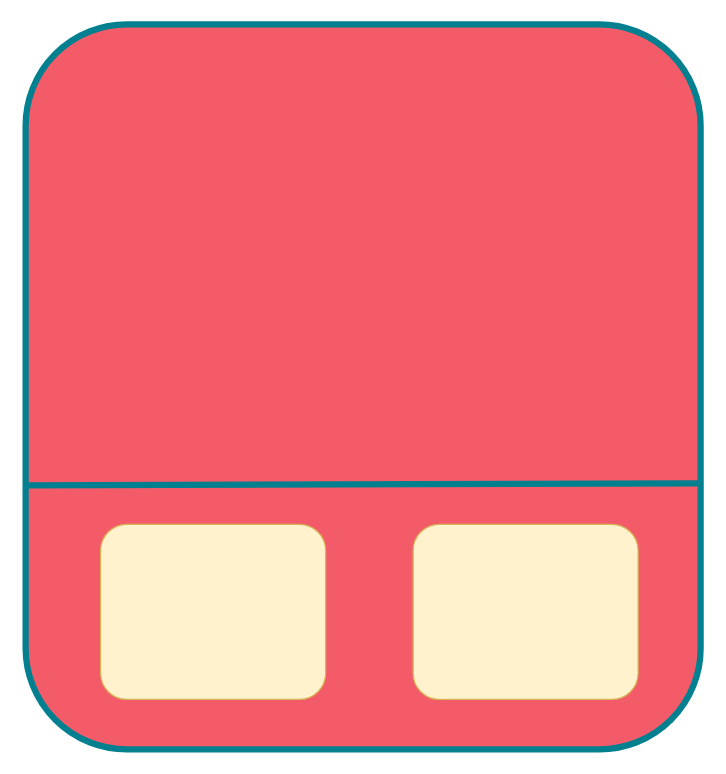
Yongibaoi/100-gdb-tips keeps this draw.io diagram as MOR.drawio. Above is the earlier version. Source tidied: cells renumbered, new cells numbered last; positions are measured from the earlier drawing's top-left corner, leaving out a move shared by most shapes. Both pictures are drawn from the tidied source at 125%, with x=0, y=0 at pixel (25, 24).
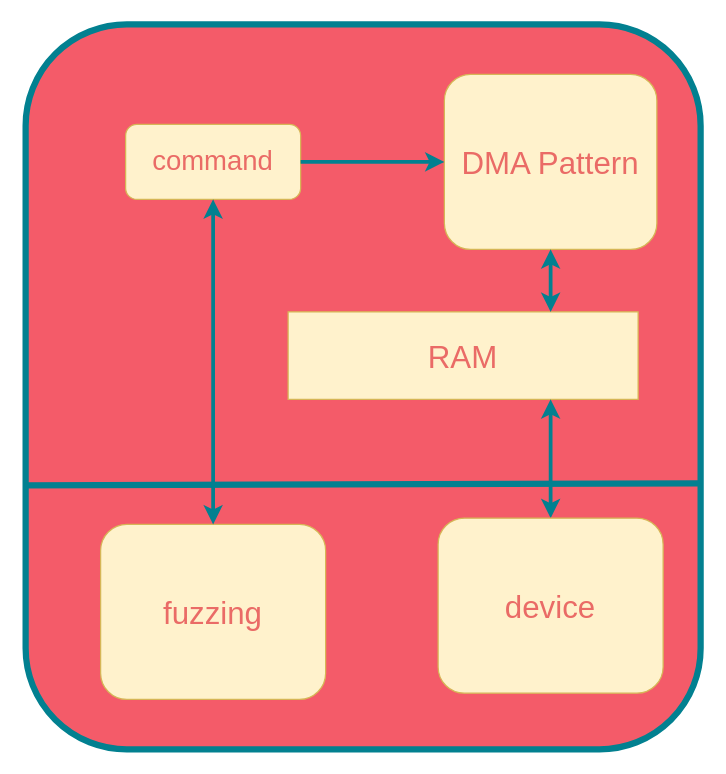
Above is the later version.

Change to the diagram source:
```diff
@@
 <mxGraphModel>
   <root>
     <mxCell id="0" />
     <mxCell id="1" parent="0" />
     <mxCell id="2" style="rounded=1;whiteSpace=wrap;html=1;labelBackgroundColor=none;fillColor=#F45B69;strokeColor=#028090;fontColor=#E4FDE1;strokeWidth=5;" parent="1" vertex="1">
       <mxGeometry width="540" height="580" as="geometry" />
     </mxCell>
     <mxCell id="3" style="endArrow=none;html=1;rounded=0;exitX=-0.002;exitY=0.636;exitDx=0;exitDy=0;exitPerimeter=0;entryX=0.998;entryY=0.633;entryDx=0;entryDy=0;entryPerimeter=0;labelBackgroundColor=none;strokeColor=#028090;fontColor=default;strokeWidth=5;" parent="1" edge="1" source="2" target="2">
       <mxGeometry relative="1" as="geometry" />
     </mxCell>
-    <mxCell id="4" style="rounded=1;whiteSpace=wrap;html=1;strokeColor=#d6b656;fillColor=#fff2cc;" parent="1" vertex="1">
+    <mxCell id="4" value="&lt;font style=&quot;font-size: 25px;&quot; color=&quot;#EA6B66&quot;&gt;&lt;font style=&quot;font-size: 25px;&quot;&gt;fuzzing&lt;/font&gt;&lt;/font&gt;&lt;font style=&quot;font-size: 25px;&quot;&gt;&lt;br&gt;&lt;/font&gt;" style="rounded=1;whiteSpace=wrap;html=1;strokeColor=#d6b656;fillColor=#fff2cc;" parent="1" vertex="1">
       <mxGeometry x="60" y="400" width="180" height="140" as="geometry" />
     </mxCell>
+    <mxCell id="6" value="&lt;font style=&quot;font-size: 25px;&quot; color=&quot;#EA6B66&quot;&gt;DMA Pattern&lt;br&gt;&lt;/font&gt;" style="rounded=1;whiteSpace=wrap;html=1;strokeColor=#d6b656;fillColor=#fff2cc;" parent="1" vertex="1">
+      <mxGeometry x="335" y="40" width="170" height="140" as="geometry" />
+    </mxCell>
+    <mxCell id="7" value="&lt;font color=&quot;#EA6B66&quot;&gt;&lt;font style=&quot;font-size: 25px;&quot;&gt;&lt;font style=&quot;font-size: 25px;&quot;&gt;RAM&lt;/font&gt;&lt;/font&gt;&lt;/font&gt;" style="rounded=0;whiteSpace=wrap;html=1;strokeColor=#d6b656;fillColor=#fff2cc;" parent="1" vertex="1">
+      <mxGeometry x="210" y="230" width="280" height="70" as="geometry" />
+    </mxCell>
+    <mxCell id="8" value="&lt;font style=&quot;font-size: 22px;&quot; color=&quot;#EA6B66&quot;&gt;command&lt;br&gt;&lt;/font&gt;" style="rounded=1;whiteSpace=wrap;html=1;strokeColor=#d6b656;fillColor=#fff2cc;" parent="1" vertex="1">
+      <mxGeometry x="80" y="80" width="140" height="60" as="geometry" />
+    </mxCell>
+    <mxCell id="9" style="endArrow=classic;startArrow=classic;html=1;rounded=0;strokeColor=#028090;fontColor=#E4FDE1;fillColor=#F45B69;entryX=0.5;entryY=1;entryDx=0;entryDy=0;exitX=0.5;exitY=0;exitDx=0;exitDy=0;strokeWidth=3;" parent="1" edge="1" source="4" target="8">
+      <mxGeometry relative="1" as="geometry" />
+    </mxCell>
+    <mxCell id="10" style="endArrow=classic;html=1;rounded=0;strokeColor=#028090;fontColor=#E4FDE1;fillColor=#F45B69;entryX=0;entryY=0.5;entryDx=0;entryDy=0;strokeWidth=3;" parent="1" edge="1" target="6">
+      <mxGeometry relative="1" as="geometry">
+        <mxPoint x="220" y="110" as="sourcePoint" />
+      </mxGeometry>
+    </mxCell>
+    <mxCell id="11" style="endArrow=classic;startArrow=classic;html=1;rounded=0;strokeColor=#028090;fontColor=#E4FDE1;fillColor=#F45B69;entryX=0.75;entryY=1;entryDx=0;entryDy=0;strokeWidth=3;" parent="1" edge="1" source="5" target="7">
+      <mxGeometry relative="1" as="geometry" />
+    </mxCell>
+    <mxCell id="12" style="endArrow=classic;startArrow=classic;html=1;rounded=0;strokeColor=#028090;fontColor=#E4FDE1;fillColor=#F45B69;entryX=0.679;entryY=1;entryDx=0;entryDy=0;entryPerimeter=0;" parent="1" edge="1" target="5">
+      <mxGeometry relative="1" as="geometry">
+        <mxPoint x="400" y="400" as="sourcePoint" />
+      </mxGeometry>
+    </mxCell>
-    <mxCell id="5" style="rounded=1;whiteSpace=wrap;html=1;strokeColor=#d6b656;fillColor=#FFF2CC;" parent="1" vertex="1">
-      <mxGeometry x="310" y="400" width="180" height="140" as="geometry" />
+    <mxCell id="5" value="&lt;font style=&quot;font-size: 25px;&quot; color=&quot;#EA6B66&quot;&gt;&lt;font style=&quot;font-size: 25px;&quot;&gt;device&lt;/font&gt;&lt;/font&gt;&lt;font style=&quot;font-size: 25px;&quot;&gt;&lt;br&gt;&lt;/font&gt;" style="rounded=1;whiteSpace=wrap;html=1;strokeColor=#d6b656;fillColor=#FFF2CC;" parent="1" vertex="1">
+      <mxGeometry x="330" y="395" width="180" height="140" as="geometry" />
     </mxCell>
+    <mxCell id="13" style="endArrow=classic;startArrow=classic;html=1;rounded=0;strokeColor=#028090;fontColor=#E4FDE1;fillColor=#F45B69;entryX=0.5;entryY=1;entryDx=0;entryDy=0;strokeWidth=3;exitX=0.75;exitY=0;exitDx=0;exitDy=0;" parent="1" edge="1" source="7" target="6">
+      <mxGeometry relative="1" as="geometry" />
+    </mxCell>
   </root>
 </mxGraphModel>
```
